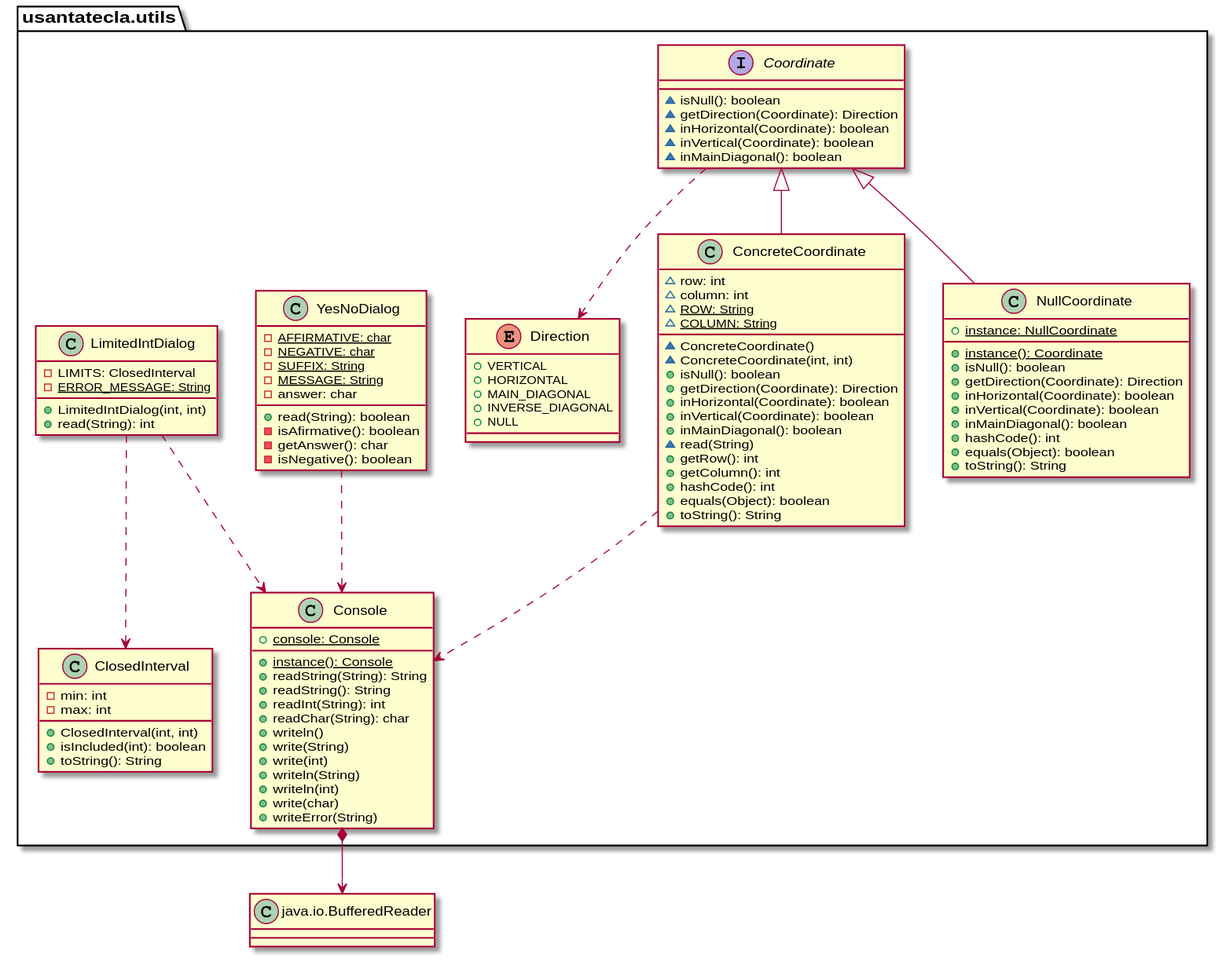
The PlantUML diagram domainModel/docs/diagrams/out/paquetes/utils.svg in Jolucaa/USantaTecla-project-ticTacToe, before a commit.
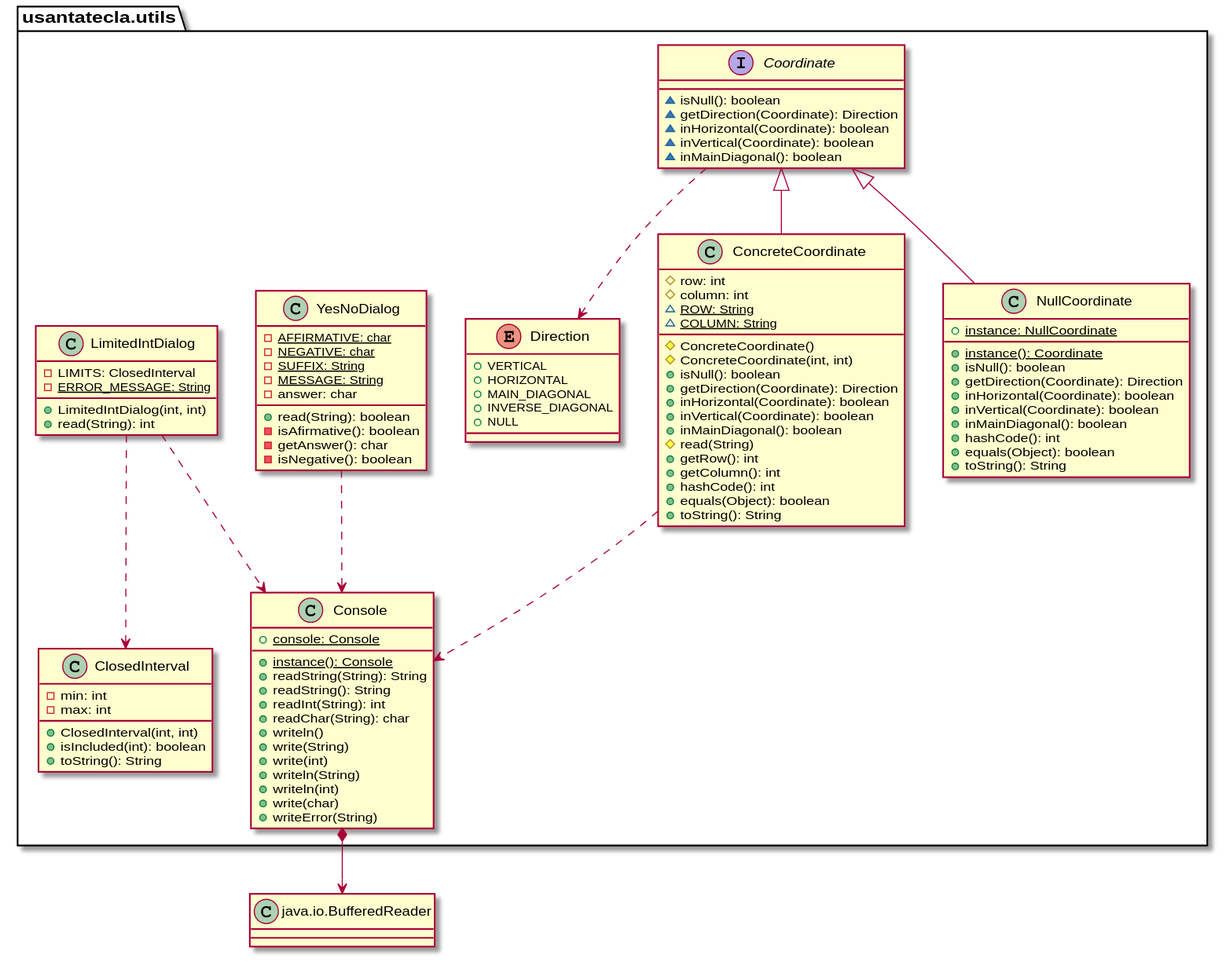
Later version of the same file.

Diff of the diagram source:
```diff
@@ -10,18 +10,18 @@
 }
 
 class ConcreteCoordinate {
-	~ row: int
-	~ column: int
+	# row: int
+	# column: int
 	~ ROW: {static} String
 	~ COLUMN: {static} String
-	~ ConcreteCoordinate()
-	~ ConcreteCoordinate(int, int)
+	# ConcreteCoordinate()
+	# ConcreteCoordinate(int, int)
 	+ isNull(): boolean
 	+ getDirection(Coordinate): Direction
 	+ inHorizontal(Coordinate): boolean
 	+ inVertical(Coordinate): boolean
 	+ inMainDiagonal(): boolean
-	~ read(String)
+	# read(String)
 	+ getRow(): int
 	+ getColumn(): int
 	+ hashCode(): int
```
